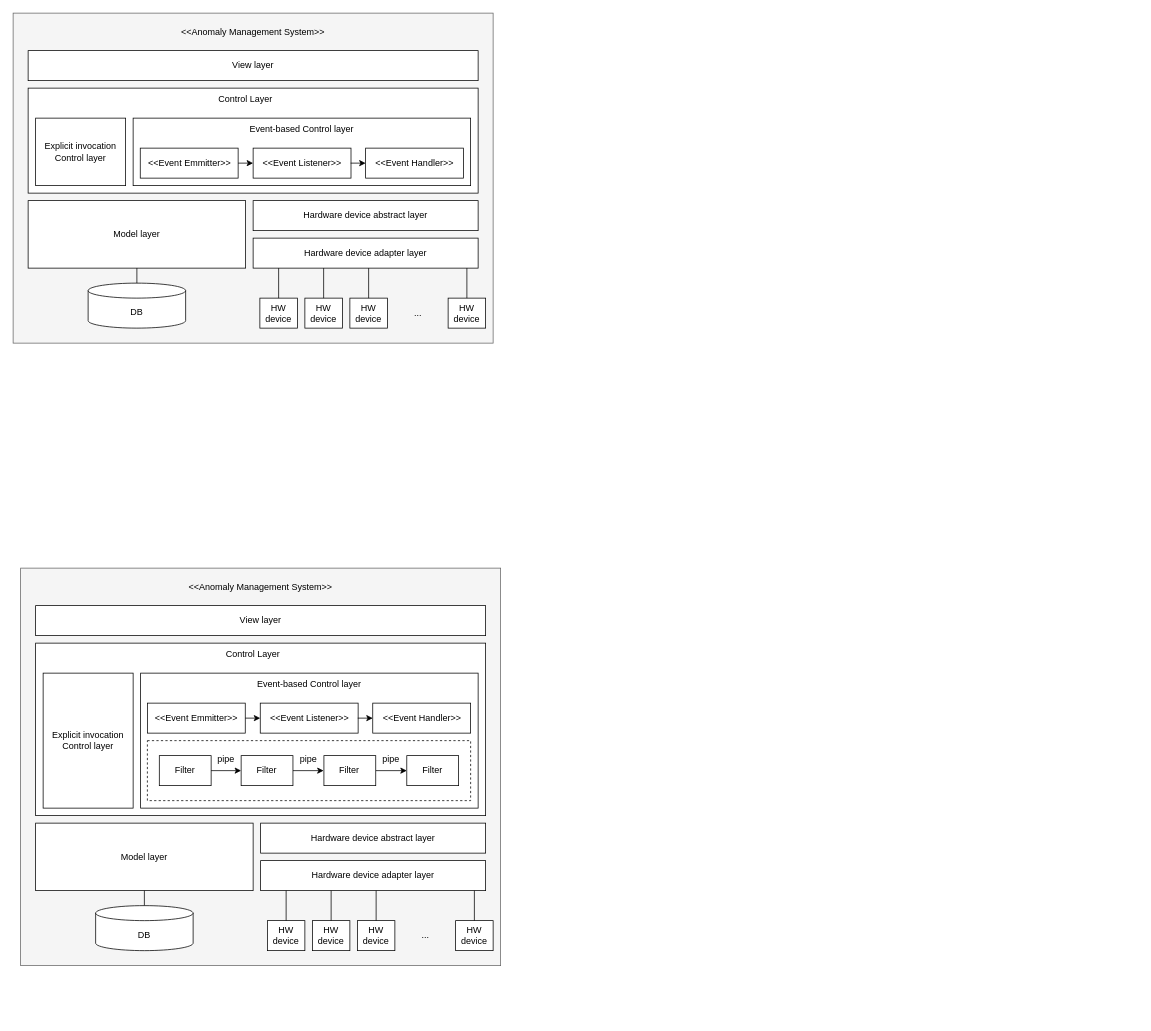
This is architecture_style.drawio from ShineSoYoung/TEST, a draw.io file, before an edit. Source tidied: cells renumbered, new cells numbered last; positions are measured from the earlier drawing's top-left corner, leaving out a move shared by most shapes. Both pictures are drawn from the tidied source at 75%, with x=0, y=0 at pixel (13, 13).
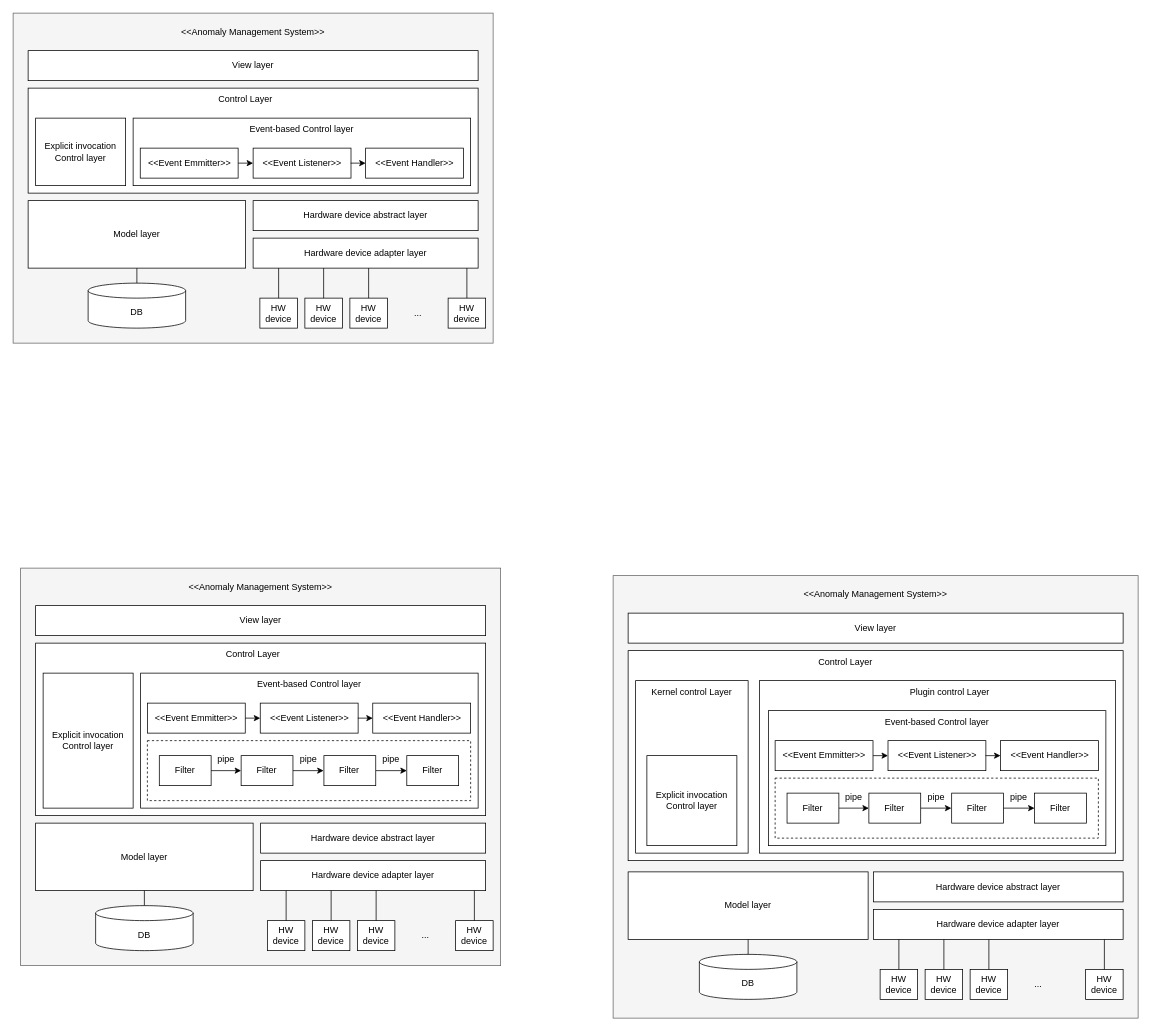
After the change.

What changed in the source:
```diff
@@
+    <mxCell id="67" style="rounded=0;whiteSpace=wrap;html=1;fillColor=#f5f5f5;fontColor=#333333;strokeColor=#666666;" parent="1" vertex="1">
+      <mxGeometry x="800" y="750" width="700" height="590" as="geometry" />
+    </mxCell>
+    <mxCell id="68" value="View layer" style="rounded=0;whiteSpace=wrap;html=1;" parent="1" vertex="1">
+      <mxGeometry x="820" y="800" width="660" height="40" as="geometry" />
+    </mxCell>
+    <mxCell id="69" style="rounded=0;whiteSpace=wrap;html=1;" parent="1" vertex="1">
+      <mxGeometry x="820" y="850" width="660" height="280" as="geometry" />
+    </mxCell>
+    <mxCell id="70" value="Model layer" style="rounded=0;whiteSpace=wrap;html=1;" parent="1" vertex="1">
+      <mxGeometry x="820" y="1145" width="320" height="90" as="geometry" />
+    </mxCell>
+    <mxCell id="71" value="Hardware device abstract layer" style="rounded=0;whiteSpace=wrap;html=1;" parent="1" vertex="1">
+      <mxGeometry x="1147" y="1145" width="333" height="40" as="geometry" />
+    </mxCell>
+    <mxCell id="72" value="Hardware device adapter layer" style="rounded=0;whiteSpace=wrap;html=1;" parent="1" vertex="1">
+      <mxGeometry x="1147" y="1195" width="333" height="40" as="geometry" />
+    </mxCell>
+    <mxCell id="73" value="&amp;lt;&amp;lt;Anomaly Management System&amp;gt;&amp;gt;" style="text;html=1;strokeColor=none;fillColor=none;align=center;verticalAlign=middle;whiteSpace=wrap;rounded=0;" parent="1" vertex="1">
+      <mxGeometry x="1025" y="760" width="250" height="30" as="geometry" />
+    </mxCell>
+    <mxCell id="74" value="DB" style="shape=cylinder3;whiteSpace=wrap;html=1;boundedLbl=1;backgroundOutline=1;size=10.000030517578125;" parent="1" vertex="1">
+      <mxGeometry x="915" y="1255" width="130" height="60" as="geometry" />
+    </mxCell>
+    <mxCell id="75" value="HW &lt;br&gt;device" style="rounded=0;whiteSpace=wrap;html=1;" parent="1" vertex="1">
+      <mxGeometry x="1156" y="1275" width="50" height="40" as="geometry" />
+    </mxCell>
+    <mxCell id="76" style="endArrow=none;html=1;rounded=0;" parent="1" edge="1" source="75">
+      <mxGeometry relative="1" as="geometry">
+        <mxPoint x="1181" y="1235" as="targetPoint" />
+      </mxGeometry>
+    </mxCell>
+    <mxCell id="77" value="HW &lt;br&gt;device" style="rounded=0;whiteSpace=wrap;html=1;" parent="1" vertex="1">
+      <mxGeometry x="1216" y="1275" width="50" height="40" as="geometry" />
+    </mxCell>
+    <mxCell id="78" style="endArrow=none;html=1;rounded=0;" parent="1" edge="1" source="77">
+      <mxGeometry relative="1" as="geometry">
+        <mxPoint x="1241" y="1235" as="targetPoint" />
+      </mxGeometry>
+    </mxCell>
+    <mxCell id="79" value="HW &lt;br&gt;device" style="rounded=0;whiteSpace=wrap;html=1;" parent="1" vertex="1">
+      <mxGeometry x="1276" y="1275" width="50" height="40" as="geometry" />
+    </mxCell>
+    <mxCell id="80" style="endArrow=none;html=1;rounded=0;" parent="1" edge="1" source="79">
+      <mxGeometry relative="1" as="geometry">
+        <mxPoint x="1301" y="1235" as="targetPoint" />
+      </mxGeometry>
+    </mxCell>
+    <mxCell id="81" style="endArrow=none;html=1;rounded=0;exitX=0.5;exitY=0;exitDx=0;exitDy=0;exitPerimeter=0;entryX=0.5;entryY=1;entryDx=0;entryDy=0;" parent="1" edge="1" source="74" target="70">
+      <mxGeometry relative="1" as="geometry" />
+    </mxCell>
+    <mxCell id="82" value="Control Layer" style="text;html=1;strokeColor=none;fillColor=none;align=center;verticalAlign=middle;whiteSpace=wrap;rounded=0;" parent="1" vertex="1">
+      <mxGeometry x="1050" y="850" width="120" height="30" as="geometry" />
+    </mxCell>
+    <mxCell id="83" value="HW &lt;br&gt;device" style="rounded=0;whiteSpace=wrap;html=1;" parent="1" vertex="1">
+      <mxGeometry x="1430" y="1275" width="50" height="40" as="geometry" />
+    </mxCell>
+    <mxCell id="84" style="endArrow=none;html=1;rounded=0;" parent="1" edge="1" source="83">
+      <mxGeometry relative="1" as="geometry">
+        <mxPoint x="1455" y="1235" as="targetPoint" />
+      </mxGeometry>
+    </mxCell>
+    <mxCell id="85" value="..." style="text;html=1;strokeColor=none;fillColor=none;align=center;verticalAlign=middle;whiteSpace=wrap;rounded=0;" parent="1" vertex="1">
+      <mxGeometry x="1337" y="1280" width="60" height="30" as="geometry" />
+    </mxCell>
+    <mxCell id="86" style="rounded=0;whiteSpace=wrap;html=1;" parent="1" vertex="1">
+      <mxGeometry x="830" y="890" width="150" height="230" as="geometry" />
+    </mxCell>
+    <mxCell id="87" style="rounded=0;whiteSpace=wrap;html=1;" parent="1" vertex="1">
+      <mxGeometry x="995" y="890" width="475" height="230" as="geometry" />
+    </mxCell>
+    <mxCell id="88" value="Plugin control Layer" style="text;html=1;strokeColor=none;fillColor=none;align=center;verticalAlign=middle;whiteSpace=wrap;rounded=0;" parent="1" vertex="1">
+      <mxGeometry x="1189" y="890" width="120" height="30" as="geometry" />
+    </mxCell>
+    <mxCell id="89" style="group;" parent="1" vertex="1">
+      <mxGeometry x="1007" y="930" width="450" height="180" as="geometry" />
+    </mxCell>
+    <mxCell id="90" style="rounded=0;whiteSpace=wrap;html=1;" parent="89" vertex="1">
+      <mxGeometry width="450" height="180" as="geometry" />
+    </mxCell>
+    <mxCell id="91" value="&amp;lt;&amp;lt;Event Emmitter&amp;gt;&amp;gt;" style="rounded=0;whiteSpace=wrap;html=1;" parent="89" vertex="1">
+      <mxGeometry x="9" y="40" width="130.5" height="40" as="geometry" />
+    </mxCell>
+    <mxCell id="92" value="&amp;lt;&amp;lt;Event Listener&amp;gt;&amp;gt;" style="rounded=0;whiteSpace=wrap;html=1;" parent="89" vertex="1">
+      <mxGeometry x="159.5" y="40" width="130.5" height="40" as="geometry" />
+    </mxCell>
+    <mxCell id="93" value="&amp;lt;&amp;lt;Event Handler&amp;gt;&amp;gt;" style="rounded=0;whiteSpace=wrap;html=1;" parent="89" vertex="1">
+      <mxGeometry x="309.5" y="40" width="130.5" height="40" as="geometry" />
+    </mxCell>
+    <mxCell id="94" value="Event-based Control layer" style="text;html=1;strokeColor=none;fillColor=none;align=center;verticalAlign=middle;whiteSpace=wrap;rounded=0;" parent="89" vertex="1">
+      <mxGeometry x="135.2" width="180" height="30" as="geometry" />
+    </mxCell>
+    <mxCell id="95" style="endArrow=classic;html=1;rounded=0;entryX=0;entryY=0.5;entryDx=0;entryDy=0;exitX=1;exitY=0.5;exitDx=0;exitDy=0;" parent="89" edge="1" source="91" target="92">
+      <mxGeometry relative="1" as="geometry" />
+    </mxCell>
+    <mxCell id="96" style="endArrow=classic;html=1;rounded=0;entryX=0;entryY=0.5;entryDx=0;entryDy=0;" parent="89" edge="1" target="93">
+      <mxGeometry relative="1" as="geometry">
+        <mxPoint x="289.5" y="60" as="sourcePoint" />
+      </mxGeometry>
+    </mxCell>
+    <mxCell id="97" style="rounded=0;whiteSpace=wrap;html=1;dashed=1;" parent="89" vertex="1">
+      <mxGeometry x="9" y="90" width="431" height="80" as="geometry" />
+    </mxCell>
+    <mxCell id="98" value="Filter" style="rounded=0;whiteSpace=wrap;html=1;" parent="89" vertex="1">
+      <mxGeometry x="24.9" y="110" width="69.1" height="40" as="geometry" />
+    </mxCell>
+    <mxCell id="99" style="endArrow=classic;html=1;rounded=0;entryX=0;entryY=0.5;entryDx=0;entryDy=0;exitX=1;exitY=0.5;exitDx=0;exitDy=0;" parent="89" edge="1" source="98" target="102">
+      <mxGeometry relative="1" as="geometry" />
+    </mxCell>
+    <mxCell id="100" style="endArrow=classic;html=1;rounded=0;" parent="89" edge="1" source="102">
+      <mxGeometry relative="1" as="geometry">
+        <mxPoint x="244" y="130" as="targetPoint" />
+      </mxGeometry>
+    </mxCell>
+    <mxCell id="101" value="pipe" style="text;html=1;strokeColor=none;fillColor=none;align=center;verticalAlign=middle;whiteSpace=wrap;rounded=0;" parent="89" vertex="1">
+      <mxGeometry x="94" y="100" width="40.4" height="30" as="geometry" />
+    </mxCell>
+    <mxCell id="102" value="Filter" style="rounded=0;whiteSpace=wrap;html=1;" parent="89" vertex="1">
+      <mxGeometry x="134" y="110" width="69.1" height="40" as="geometry" />
+    </mxCell>
+    <mxCell id="103" value="Filter" style="rounded=0;whiteSpace=wrap;html=1;" parent="89" vertex="1">
+      <mxGeometry x="244.4" y="110" width="69.1" height="40" as="geometry" />
+    </mxCell>
+    <mxCell id="104" value="Filter" style="rounded=0;whiteSpace=wrap;html=1;" parent="89" vertex="1">
+      <mxGeometry x="354.9" y="110" width="69.1" height="40" as="geometry" />
+    </mxCell>
+    <mxCell id="105" style="endArrow=classic;html=1;rounded=0;entryX=0;entryY=0.5;entryDx=0;entryDy=0;" parent="89" edge="1" source="103" target="104">
+      <mxGeometry relative="1" as="geometry" />
+    </mxCell>
+    <mxCell id="106" value="pipe" style="text;html=1;strokeColor=none;fillColor=none;align=center;verticalAlign=middle;whiteSpace=wrap;rounded=0;" parent="89" vertex="1">
+      <mxGeometry x="204" y="100" width="40.4" height="30" as="geometry" />
+    </mxCell>
+    <mxCell id="107" value="pipe" style="text;html=1;strokeColor=none;fillColor=none;align=center;verticalAlign=middle;whiteSpace=wrap;rounded=0;" parent="89" vertex="1">
+      <mxGeometry x="313.5" y="100" width="40.4" height="30" as="geometry" />
+    </mxCell>
+    <mxCell id="108" value="Kernel control Layer" style="text;html=1;strokeColor=none;fillColor=none;align=center;verticalAlign=middle;whiteSpace=wrap;rounded=0;" parent="1" vertex="1">
+      <mxGeometry x="845" y="890" width="120" height="30" as="geometry" />
+    </mxCell>
+    <mxCell id="109" value="Explicit invocation &lt;br&gt;Control layer" style="rounded=0;whiteSpace=wrap;html=1;" parent="1" vertex="1">
+      <mxGeometry x="845" y="990" width="120" height="120" as="geometry" />
+    </mxCell>
```
